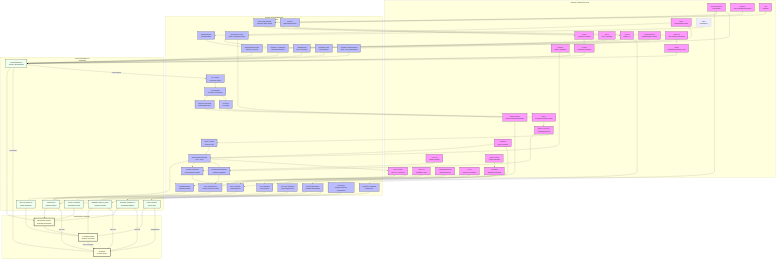
Above: docs/figures/scoliosis_mechanism_map.png in sayuj1989-ops/life (Mermaid), before the change. Its source is kept beside it as docs/figures/scoliosis_mechanism_map.mmd.
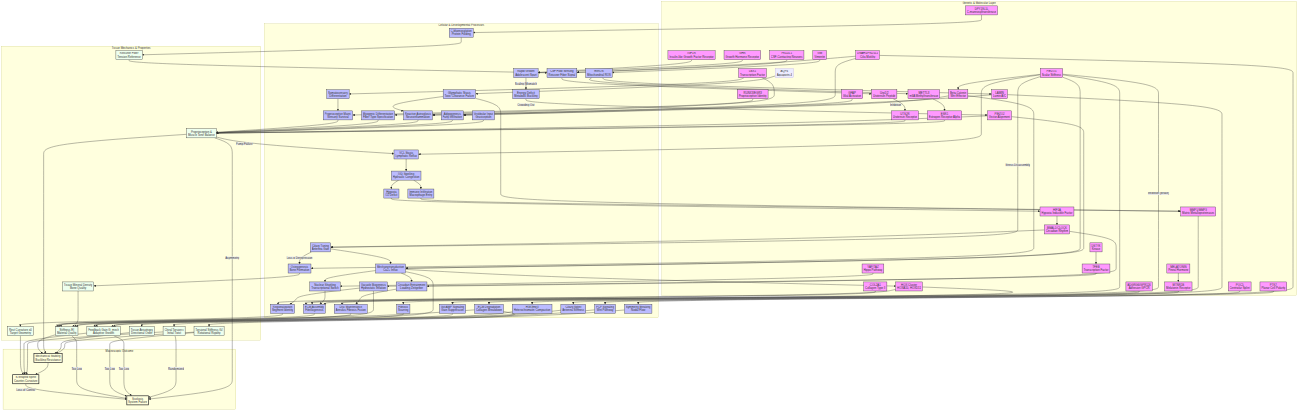
The same file after the commit.

Commit message:
weekly-map: add Piezo-Fibrosis Brake (#885)

The edit, as a diff of the source:
```diff
@@ -65,6 +65,7 @@
         C_Mannosylation[C-Mannosylation<br/>Protein Folding]
         Rapid_Growth[Rapid Growth<br/>Adolescent Spurt]
         Energy_Deficit[Energy Deficit<br/>Metabolic Buckling]
+        Fibrosis[Fibrosis<br/>Scarring]
     end
 
     subgraph Tissue [Tissue Mechanics & Properties]
@@ -225,7 +226,10 @@
 
     PIEZO1 --> VCL_Stasis
 
+    PIEZO1 -- "Inhibition (Brake)" --> Fibrosis
+    Fibrosis --> Stiffness
+
     class HOX,COL,PIEZO1,PIEZO2,CILIA,LBX1,ADGRG6,PTK7,YAP,PKD2L1,MMP,URP,UTS2R,GFAP,VIM,LAMIN,BMAL1,RUNX3,METTL3,ESR1,MELATONIN,MT2,HIF1A,POC5,DSTYK,TFEB,Beta_Catenin,DPY19L1L,IGF1R,GHR gene;
-    class Region,ECM_Assembly,Mech_Trans,Sym_Break,Neur_Diff,Muscle_Diff,Disc_Maint,PCP_Sig,Nucl_Shuttle,CSF_Sensing,Degradation,Astrogliosis,mtROS,Adipogenesis,Hydraulic_Congestion,Immune_Infilt,Circadian_Entrain,Proprio_Maint,H3K9me3,VCL_Stasis,Glymphatic_Stasis,Vestibular_Input,Gi_cAMP,Ciliary_Tuning,Hypoxia,Osteogenesis,Ciliary_Splint,Vacuole_Biogenesis,C_Mannosylation,Rapid_Growth,Energy_Deficit process;
+    class Region,ECM_Assembly,Mech_Trans,Sym_Break,Neur_Diff,Muscle_Diff,Disc_Maint,PCP_Sig,Nucl_Shuttle,CSF_Sensing,Degradation,Astrogliosis,mtROS,Adipogenesis,Hydraulic_Congestion,Immune_Infilt,Circadian_Entrain,Proprio_Maint,H3K9me3,VCL_Stasis,Glymphatic_Stasis,Vestibular_Input,Gi_cAMP,Ciliary_Tuning,Hypoxia,Osteogenesis,Ciliary_Splint,Vacuole_Biogenesis,C_Mannosylation,Rapid_Growth,Energy_Deficit,Fibrosis process;
     class Rest_Kappa,Stiffness,Torsional_Stiffness,Gain,Torsion,Muscle_Tone,Anisotropy,TMD,Reissner_Fiber tissue;
     class S_Curve,Stability,Scoliosis outcome;
```
